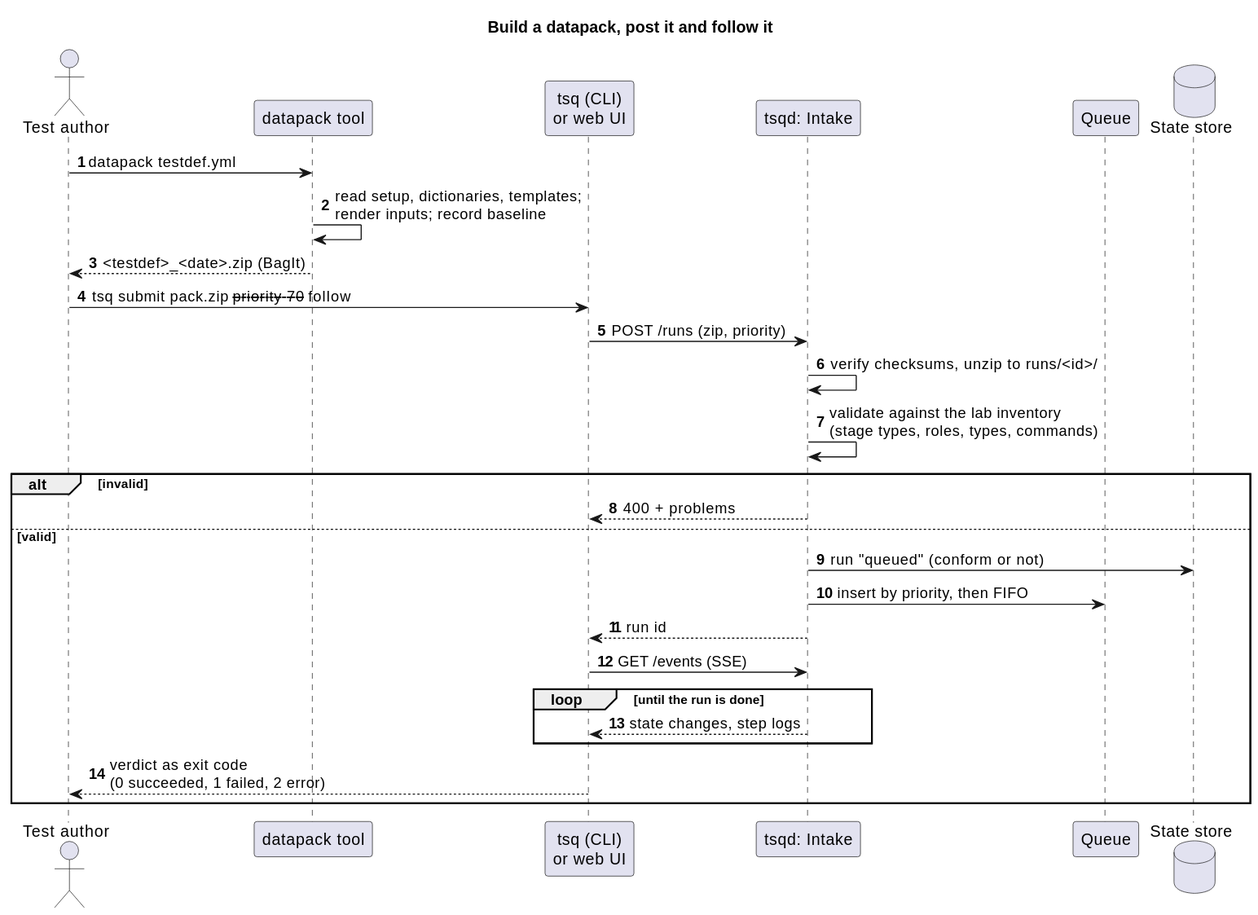
The PlantUML diagram docs/diagrams/seq_submit.svg in laurentmldev/testsuit, before a commit.
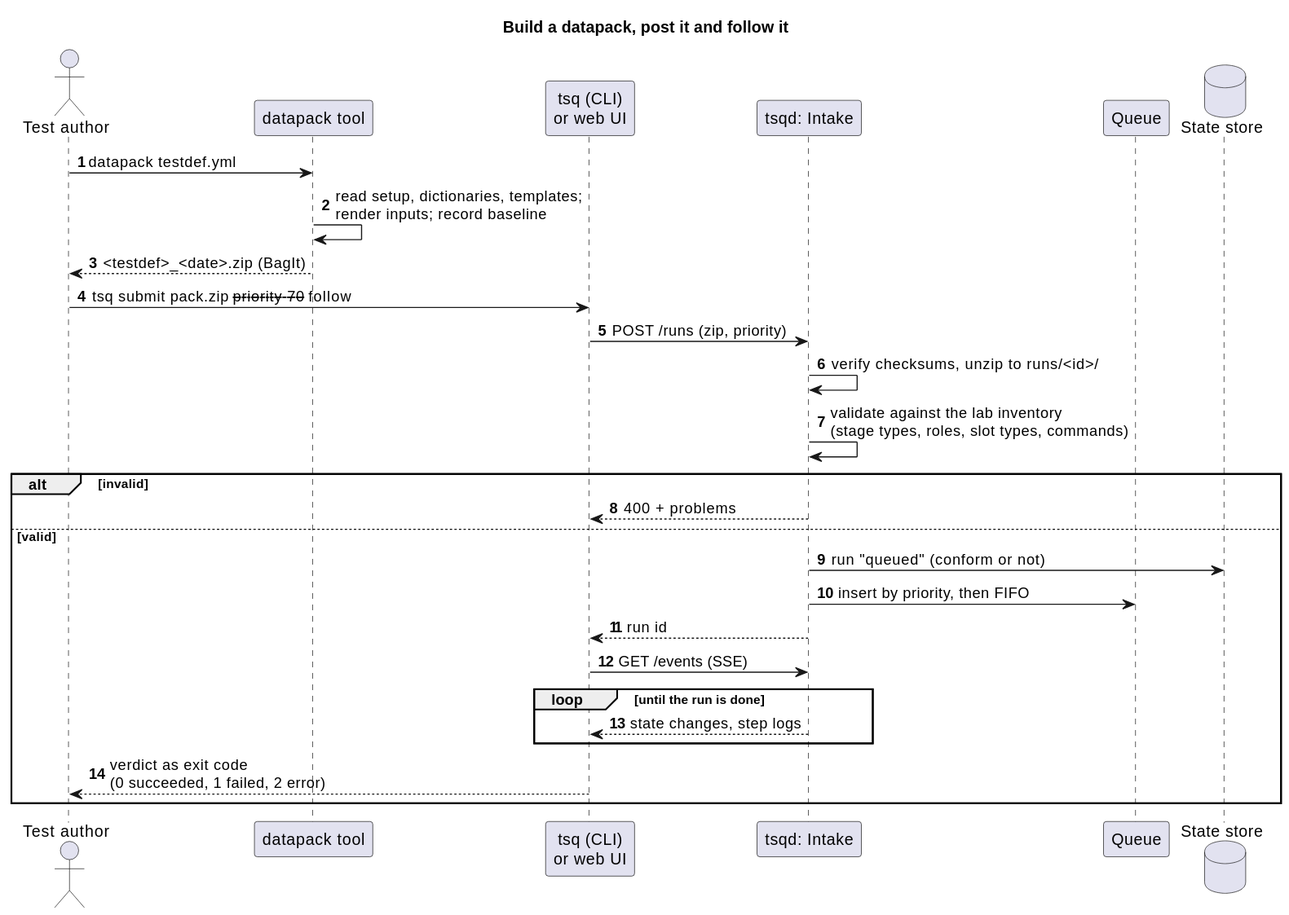
The same file after the commit.

What changed in the source:
```diff
@@ -17,7 +17,7 @@
 user -> cli : tsq submit pack.zip --priority 70 --follow
 cli -> intake : POST /runs (zip, priority)
 intake -> intake : verify checksums, unzip to runs/<id>/
-intake -> intake : validate against the lab inventory\n(stage types, roles, types, commands)
+intake -> intake : validate against the lab inventory\n(stage types, roles, slot types, commands)
 alt invalid
   intake --> cli : 400 + problems
 else valid
```
